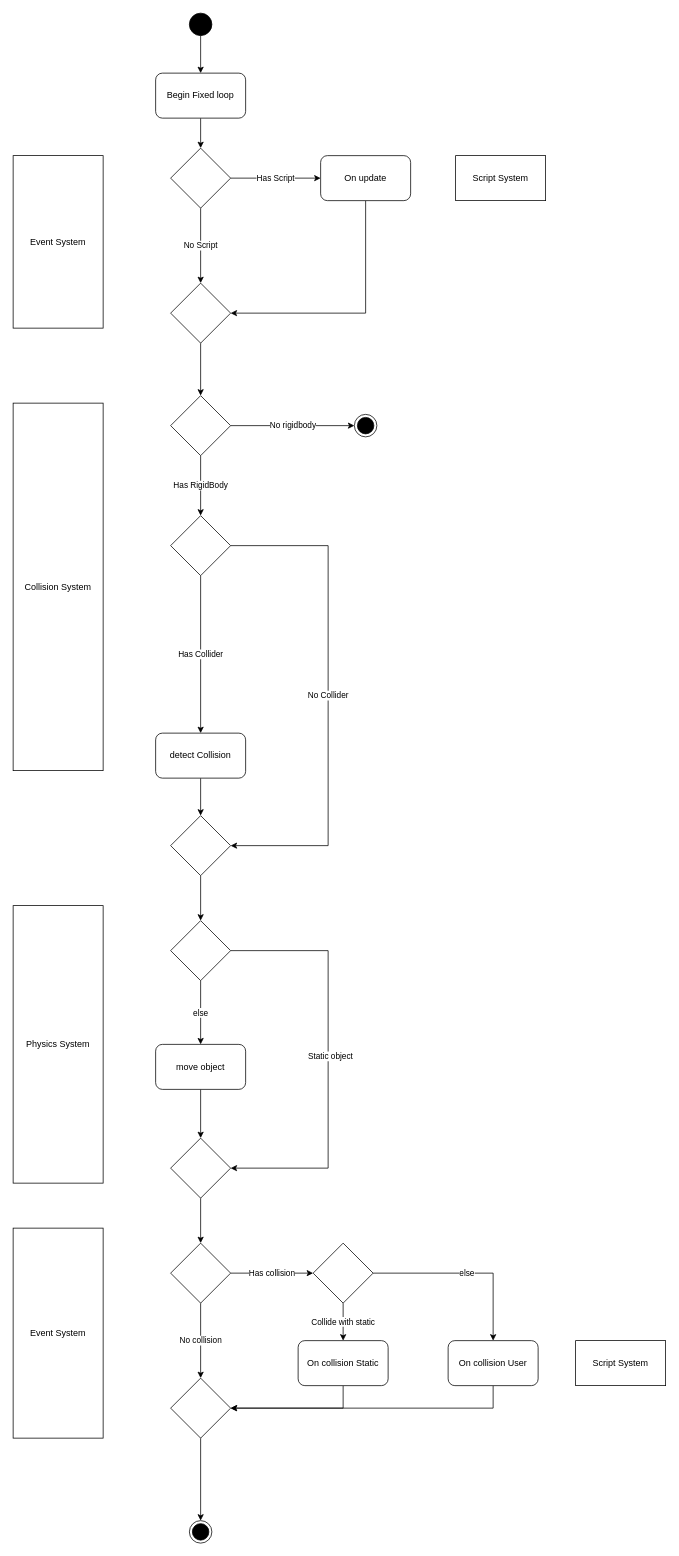
The draw.io diagram page "Fixed loop" (4 of 9) of figs.drawio in lonkaars/crepe-docs, before the edit. Source tidied: cells renumbered, new cells numbered last; positions are measured from the earlier drawing's top-left corner, leaving out a move shared by most shapes. Both pictures are drawn from the tidied source at 75%, with x=0, y=0 at pixel (13, 13).
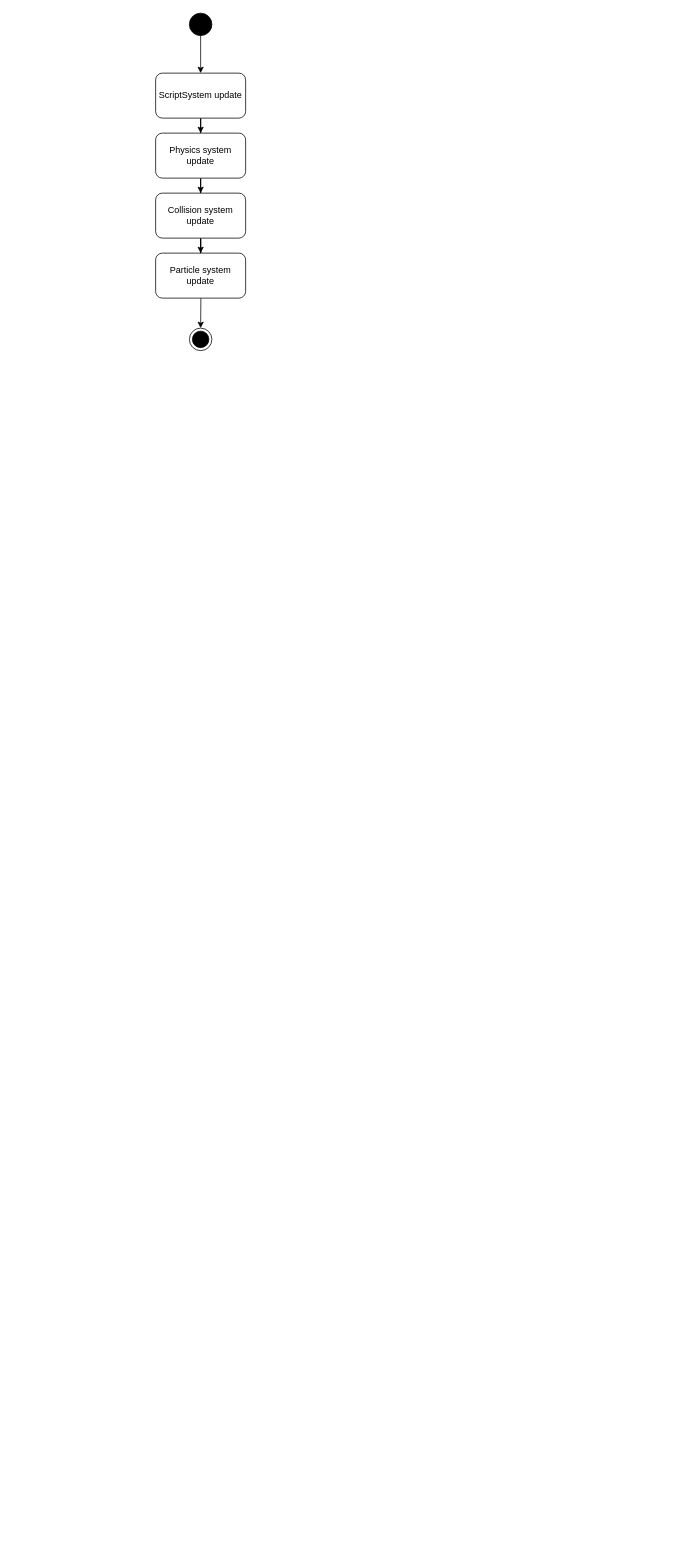
The same page after the edit.

Diff of the diagram source:
```diff
@@
-    <mxCell id="2" value="Has Script" style="edgeStyle=orthogonalEdgeStyle;rounded=0;jettySize=auto;html=1;" parent="1" edge="1" source="4" target="8">
-      <mxGeometry relative="1" as="geometry" />
-    </mxCell>
-    <mxCell id="3" value="No Script" style="edgeStyle=orthogonalEdgeStyle;rounded=0;jettySize=auto;html=1;" parent="1" edge="1" source="4" target="10">
-      <mxGeometry relative="1" as="geometry" />
-    </mxCell>
-    <mxCell id="4" style="rhombus;whiteSpace=wrap;html=1;" parent="1" vertex="1">
-      <mxGeometry x="210" y="180" width="80" height="80" as="geometry" />
-    </mxCell>
-    <mxCell id="5" style="edgeStyle=orthogonalEdgeStyle;rounded=0;jettySize=auto;html=1;" parent="1" edge="1" source="6" target="4">
-      <mxGeometry relative="1" as="geometry" />
-    </mxCell>
+    <mxCell id="51" style="edgeStyle=orthogonalEdgeStyle;rounded=0;jettySize=auto;html=1;" parent="1" edge="1" source="6" target="56">
+      <mxGeometry relative="1" as="geometry" />
+    </mxCell>
-    <mxCell id="6" value="Begin Fixed loop" style="rounded=1;whiteSpace=wrap;html=1;" parent="1" vertex="1">
+    <mxCell id="6" value="ScriptSystem update" style="rounded=1;whiteSpace=wrap;html=1;" parent="1" vertex="1">
       <mxGeometry x="190" y="80" width="120" height="60" as="geometry" />
     </mxCell>
-    <mxCell id="7" style="edgeStyle=orthogonalEdgeStyle;rounded=0;jettySize=auto;html=1;" parent="1" edge="1" source="8" target="10">
-      <mxGeometry relative="1" as="geometry">
-        <Array as="points">
-          <mxPoint x="470" y="400" />
-        </Array>
-      </mxGeometry>
-    </mxCell>
-    <mxCell id="8" value="On update" style="rounded=1;whiteSpace=wrap;html=1;" parent="1" vertex="1">
-      <mxGeometry x="410" y="190" width="120" height="60" as="geometry" />
-    </mxCell>
-    <mxCell id="9" style="edgeStyle=orthogonalEdgeStyle;rounded=0;jettySize=auto;html=1;" parent="1" edge="1" source="10" target="13">
-      <mxGeometry relative="1" as="geometry" />
-    </mxCell>
-    <mxCell id="10" style="rhombus;whiteSpace=wrap;html=1;" parent="1" vertex="1">
-      <mxGeometry x="210" y="360" width="80" height="80" as="geometry" />
-    </mxCell>
-    <mxCell id="11" value="No rigidbody" style="edgeStyle=orthogonalEdgeStyle;rounded=0;jettySize=auto;html=1;" parent="1" edge="1" source="13" target="14">
-      <mxGeometry relative="1" as="geometry" />
-    </mxCell>
-    <mxCell id="12" value="Has RigidBody" style="edgeStyle=orthogonalEdgeStyle;rounded=0;jettySize=auto;html=1;" parent="1" edge="1" source="13" target="20">
-      <mxGeometry relative="1" as="geometry" />
-    </mxCell>
-    <mxCell id="13" style="rhombus;whiteSpace=wrap;html=1;" parent="1" vertex="1">
-      <mxGeometry x="210" y="510" width="80" height="80" as="geometry" />
-    </mxCell>
-    <mxCell id="14" style="ellipse;html=1;shape=endState;fillColor=strokeColor;" parent="1" vertex="1">
-      <mxGeometry x="455" y="535" width="30" height="30" as="geometry" />
-    </mxCell>
@@
-    <mxCell id="17" value="Event System" style="rounded=0;whiteSpace=wrap;html=1;" parent="1" vertex="1">
-      <mxGeometry y="190" width="120" height="230" as="geometry" />
-    </mxCell>
-    <mxCell id="18" value="Collision System" style="rounded=0;whiteSpace=wrap;html=1;" parent="1" vertex="1">
-      <mxGeometry y="520" width="120" height="490" as="geometry" />
-    </mxCell>
-    <mxCell id="19" value="Has Collider" style="edgeStyle=orthogonalEdgeStyle;rounded=0;jettySize=auto;html=1;" parent="1" edge="1" source="20" target="23">
-      <mxGeometry relative="1" as="geometry" />
-    </mxCell>
-    <mxCell id="20" style="rhombus;whiteSpace=wrap;html=1;" parent="1" vertex="1">
-      <mxGeometry x="210" y="670" width="80" height="80" as="geometry" />
-    </mxCell>
-    <mxCell id="21" value="No Collider" style="edgeStyle=orthogonalEdgeStyle;rounded=0;jettySize=auto;html=1;" parent="1" edge="1" source="20" target="43">
-      <mxGeometry relative="1" as="geometry">
-        <Array as="points">
-          <mxPoint x="420" y="710" />
-          <mxPoint x="420" y="1110" />
-        </Array>
-      </mxGeometry>
-    </mxCell>
-    <mxCell id="22" style="edgeStyle=orthogonalEdgeStyle;rounded=0;jettySize=auto;html=1;" parent="1" edge="1" source="23" target="43">
-      <mxGeometry relative="1" as="geometry" />
-    </mxCell>
-    <mxCell id="23" value="detect Collision" style="rounded=1;whiteSpace=wrap;html=1;" parent="1" vertex="1">
-      <mxGeometry x="190" y="960" width="120" height="60" as="geometry" />
-    </mxCell>
-    <mxCell id="24" value="No collision" style="edgeStyle=orthogonalEdgeStyle;rounded=0;jettySize=auto;html=1;" parent="1" edge="1" source="26" target="31">
-      <mxGeometry relative="1" as="geometry" />
-    </mxCell>
-    <mxCell id="25" value="Has collision" style="edgeStyle=orthogonalEdgeStyle;rounded=0;jettySize=auto;html=1;" parent="1" edge="1" source="26" target="36">
-      <mxGeometry relative="1" as="geometry" />
-    </mxCell>
-    <mxCell id="26" style="rhombus;whiteSpace=wrap;html=1;" parent="1" vertex="1">
-      <mxGeometry x="210" y="1640" width="80" height="80" as="geometry" />
-    </mxCell>
-    <mxCell id="27" style="edgeStyle=orthogonalEdgeStyle;rounded=0;jettySize=auto;html=1;" parent="1" edge="1" source="28" target="31">
-      <mxGeometry relative="1" as="geometry">
-        <Array as="points">
-          <mxPoint x="440" y="1860" />
-        </Array>
-      </mxGeometry>
-    </mxCell>
-    <mxCell id="28" value="On collision Static" style="rounded=1;whiteSpace=wrap;html=1;" parent="1" vertex="1">
-      <mxGeometry x="380" y="1770" width="120" height="60" as="geometry" />
-    </mxCell>
-    <mxCell id="29" value="Event System" style="rounded=0;whiteSpace=wrap;html=1;" parent="1" vertex="1">
-      <mxGeometry y="1620" width="120" height="280" as="geometry" />
-    </mxCell>
-    <mxCell id="30" style="edgeStyle=orthogonalEdgeStyle;rounded=0;jettySize=auto;html=1;" parent="1" edge="1" source="31" target="50">
-      <mxGeometry relative="1" as="geometry" />
-    </mxCell>
-    <mxCell id="31" style="rhombus;whiteSpace=wrap;html=1;" parent="1" vertex="1">
-      <mxGeometry x="210" y="1820" width="80" height="80" as="geometry" />
-    </mxCell>
-    <mxCell id="32" style="edgeStyle=orthogonalEdgeStyle;rounded=0;jettySize=auto;html=1;" parent="1" edge="1" source="33" target="31">
-      <mxGeometry relative="1" as="geometry">
-        <Array as="points">
-          <mxPoint x="640" y="1860" />
-        </Array>
-      </mxGeometry>
-    </mxCell>
-    <mxCell id="33" value="On collision User" style="rounded=1;whiteSpace=wrap;html=1;" parent="1" vertex="1">
-      <mxGeometry x="580" y="1770" width="120" height="60" as="geometry" />
-    </mxCell>
-    <mxCell id="34" value="Collide with static" style="edgeStyle=orthogonalEdgeStyle;rounded=0;jettySize=auto;html=1;" parent="1" edge="1" source="36" target="28">
-      <mxGeometry relative="1" as="geometry" />
-    </mxCell>
-    <mxCell id="35" value="else" style="edgeStyle=orthogonalEdgeStyle;rounded=0;jettySize=auto;html=1;" parent="1" edge="1" source="36" target="33">
-      <mxGeometry relative="1" as="geometry" />
-    </mxCell>
-    <mxCell id="36" style="rhombus;whiteSpace=wrap;html=1;" parent="1" vertex="1">
-      <mxGeometry x="400" y="1640" width="80" height="80" as="geometry" />
-    </mxCell>
-    <mxCell id="37" style="edgeStyle=orthogonalEdgeStyle;rounded=0;jettySize=auto;html=1;" parent="1" edge="1" source="38" target="49">
-      <mxGeometry relative="1" as="geometry" />
-    </mxCell>
-    <mxCell id="38" value="move object" style="rounded=1;whiteSpace=wrap;html=1;" parent="1" vertex="1">
-      <mxGeometry x="190" y="1375" width="120" height="60" as="geometry" />
-    </mxCell>
-    <mxCell id="39" value="Physics System" style="rounded=0;whiteSpace=wrap;html=1;" parent="1" vertex="1">
-      <mxGeometry y="1190" width="120" height="370" as="geometry" />
-    </mxCell>
-    <mxCell id="40" value="Script System" style="rounded=0;whiteSpace=wrap;html=1;" parent="1" vertex="1">
-      <mxGeometry x="590" y="190" width="120" height="60" as="geometry" />
-    </mxCell>
-    <mxCell id="41" value="Script System" style="rounded=0;whiteSpace=wrap;html=1;" parent="1" vertex="1">
-      <mxGeometry x="750" y="1770" width="120" height="60" as="geometry" />
-    </mxCell>
-    <mxCell id="42" style="edgeStyle=orthogonalEdgeStyle;rounded=0;jettySize=auto;html=1;" parent="1" edge="1" source="43" target="47">
-      <mxGeometry relative="1" as="geometry" />
-    </mxCell>
-    <mxCell id="43" style="rhombus;whiteSpace=wrap;html=1;" parent="1" vertex="1">
-      <mxGeometry x="210" y="1070" width="80" height="80" as="geometry" />
-    </mxCell>
-    <mxCell id="44" value="else" style="edgeStyle=orthogonalEdgeStyle;rounded=0;jettySize=auto;html=1;" parent="1" edge="1" source="47" target="38">
-      <mxGeometry relative="1" as="geometry" />
-    </mxCell>
-    <mxCell id="45" style="edgeStyle=orthogonalEdgeStyle;rounded=0;jettySize=auto;html=1;" parent="1" edge="1" source="47" target="49">
-      <mxGeometry relative="1" as="geometry">
-        <Array as="points">
-          <mxPoint x="420" y="1250" />
-          <mxPoint x="420" y="1540" />
-        </Array>
-      </mxGeometry>
-    </mxCell>
-    <mxCell id="46" value="Static object" style="edgeLabel;html=1;align=center;verticalAlign=middle;" parent="45" vertex="1">
-      <mxGeometry x="-0.02" y="2" relative="1" as="geometry" />
-    </mxCell>
-    <mxCell id="47" style="rhombus;whiteSpace=wrap;html=1;" parent="1" vertex="1">
-      <mxGeometry x="210" y="1210" width="80" height="80" as="geometry" />
-    </mxCell>
-    <mxCell id="48" style="edgeStyle=orthogonalEdgeStyle;rounded=0;jettySize=auto;html=1;" parent="1" edge="1" source="49" target="26">
-      <mxGeometry relative="1" as="geometry" />
-    </mxCell>
-    <mxCell id="49" style="rhombus;whiteSpace=wrap;html=1;" parent="1" vertex="1">
-      <mxGeometry x="210" y="1500" width="80" height="80" as="geometry" />
-    </mxCell>
     <mxCell id="50" style="ellipse;html=1;shape=endState;fillColor=strokeColor;" parent="1" vertex="1">
-      <mxGeometry x="235" y="2010" width="30" height="30" as="geometry" />
+      <mxGeometry x="235" y="420" width="30" height="30" as="geometry" />
     </mxCell>
+    <mxCell id="52" style="edgeStyle=orthogonalEdgeStyle;rounded=0;jettySize=auto;html=1;" parent="1" edge="1" target="50">
+      <mxGeometry relative="1" as="geometry">
+        <mxPoint x="250" y="300" as="sourcePoint" />
+      </mxGeometry>
+    </mxCell>
+    <mxCell id="53" style="edgeStyle=orthogonalEdgeStyle;rounded=0;jettySize=auto;html=1;" parent="1" edge="1" source="54" target="57">
+      <mxGeometry relative="1" as="geometry" />
+    </mxCell>
+    <mxCell id="54" value="Collision system update" style="rounded=1;whiteSpace=wrap;html=1;" parent="1" vertex="1">
+      <mxGeometry x="190" y="240" width="120" height="60" as="geometry" />
+    </mxCell>
+    <mxCell id="55" style="edgeStyle=orthogonalEdgeStyle;rounded=0;jettySize=auto;html=1;" parent="1" edge="1" source="56" target="54">
+      <mxGeometry relative="1" as="geometry" />
+    </mxCell>
+    <mxCell id="56" value="Physics system update" style="rounded=1;whiteSpace=wrap;html=1;" parent="1" vertex="1">
+      <mxGeometry x="190" y="160" width="120" height="60" as="geometry" />
+    </mxCell>
+    <mxCell id="57" value="Particle system update" style="rounded=1;whiteSpace=wrap;html=1;" parent="1" vertex="1">
+      <mxGeometry x="190" y="320" width="120" height="60" as="geometry" />
+    </mxCell>
```
